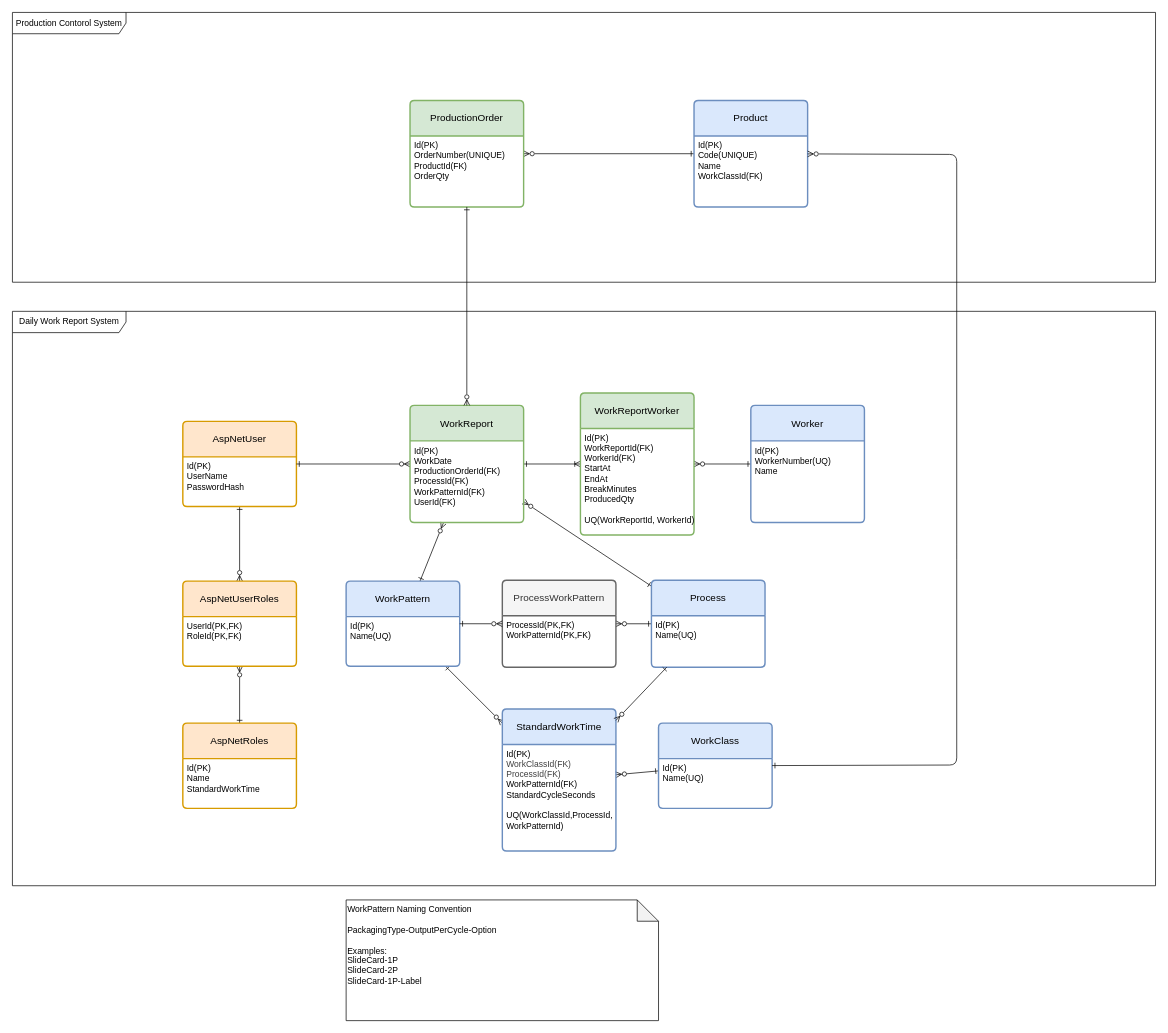
Above: docs/er.drawio in junyatanak/work-report-system (draw.io), before the change. Source tidied: cells renumbered, new cells numbered last; positions are measured from the earlier drawing's top-left corner, leaving out a move shared by most shapes. Both pictures are drawn from the tidied source at 71%, with x=0, y=0 at pixel (12, 12).
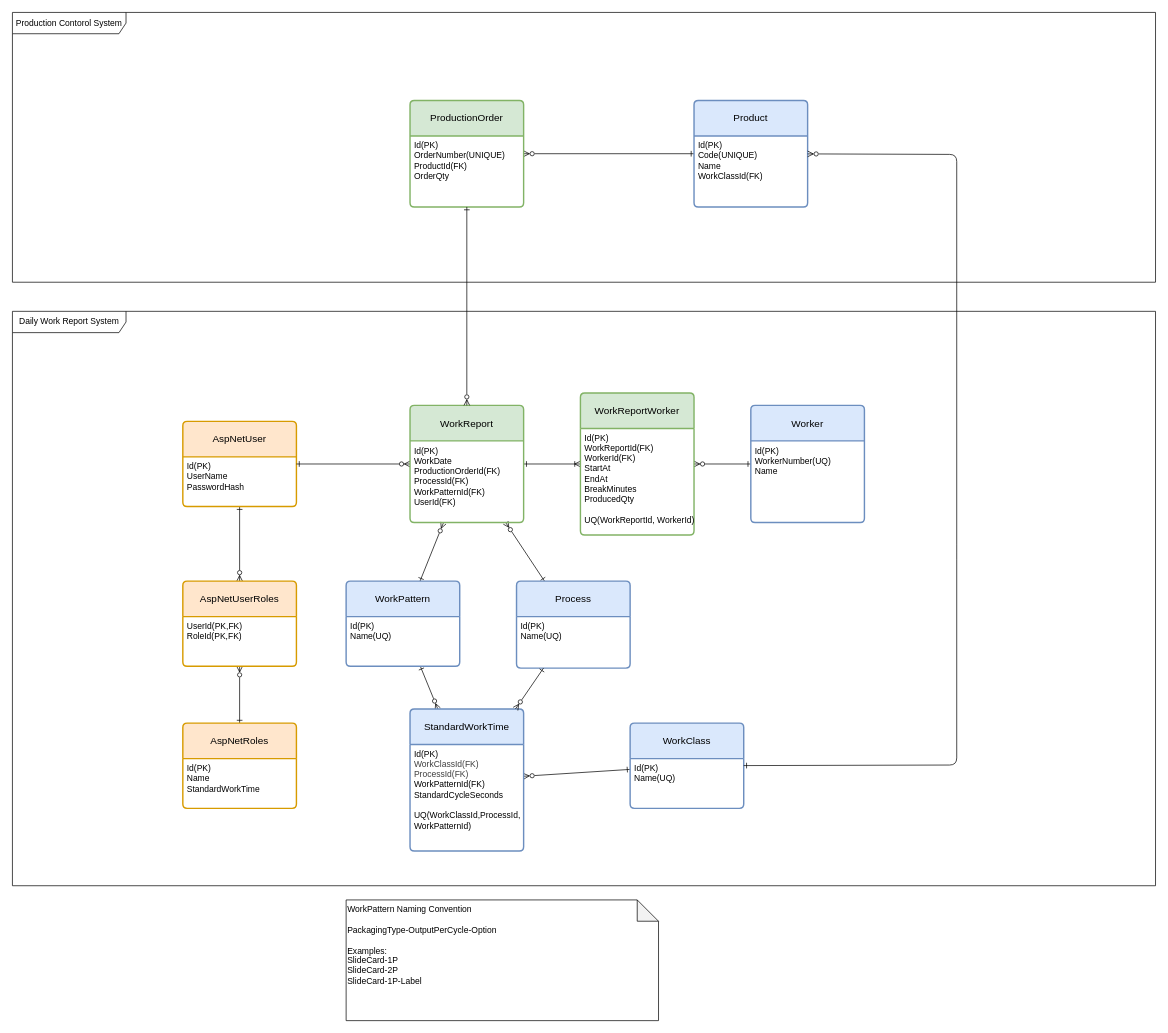
The same page after the edit.

Commit message (it also covers changes not shown here):
Remove ProcessWorkPattern table and make StandardCycleTime nullable

The change refers to these unchanged cells:
```xml
<mxCell id="2" value="Daily Work Report System" style="shape=umlFrame;whiteSpace=wrap;html=1;width=160;" parent="1" vertex="1">
  <mxGeometry y="421" width="1610" height="809" as="geometry" />
</mxCell>
<mxCell id="29" value="WorkPattern" style="swimlane;horizontal=1;startSize=50;rounded=1;fontSize=14;fontStyle=0;strokeWidth=2;shadow=0;dashed=0;align=center;arcSize=4;whiteSpace=wrap;html=1;fillColor=#dae8fc;strokeColor=#6c8ebf;" parent="2" vertex="1">
  <mxGeometry x="470" y="380" width="160" height="120" as="geometry" />
</mxCell>
```

The edit, as a diff of the source:
```diff
@@
-    <mxCell id="23" style="edgeStyle=none;html=1;endArrow=ERzeroToMany;endFill=0;startArrow=ERone;startFill=0;" parent="2" edge="1" source="24" target="31">
-      <mxGeometry relative="1" as="geometry" />
-    </mxCell>
     <mxCell id="24" value="Process" style="swimlane;horizontal=1;startSize=50;rounded=1;fontSize=14;fontStyle=0;strokeWidth=2;shadow=0;dashed=0;align=center;arcSize=4;whiteSpace=wrap;html=1;fillColor=#dae8fc;strokeColor=#6c8ebf;" parent="2" vertex="1">
-      <mxGeometry x="900" y="378.8" width="160" height="122.5" as="geometry" />
+      <mxGeometry x="710" y="380" width="160" height="122.5" as="geometry" />
     </mxCell>
@@
     <mxCell id="27" value="StandardWorkTime" style="swimlane;horizontal=1;startSize=50;rounded=1;fontSize=14;fontStyle=0;strokeWidth=2;shadow=0;dashed=0;align=center;arcSize=4;whiteSpace=wrap;html=1;fillColor=#dae8fc;strokeColor=#6c8ebf;" parent="2" vertex="1">
-      <mxGeometry x="690" y="560" width="160" height="200" as="geometry" />
+      <mxGeometry x="560" y="560" width="160" height="200" as="geometry" />
     </mxCell>
@@
-    <mxCell id="31" value="ProcessWorkPattern" style="swimlane;horizontal=1;startSize=50;rounded=1;fontSize=14;fontStyle=0;strokeWidth=2;shadow=0;dashed=0;align=center;arcSize=4;whiteSpace=wrap;html=1;fillColor=#f5f5f5;fontColor=#333333;strokeColor=#666666;" parent="2" vertex="1">
-      <mxGeometry x="690" y="378.8" width="160" height="122.5" as="geometry" />
-    </mxCell>
-    <mxCell id="32" value="ProcessId(PK,FK)&lt;div&gt;WorkPatternId(PK,FK)&lt;/div&gt;" style="align=left;strokeColor=none;fillColor=none;spacingLeft=4;fontSize=12;verticalAlign=top;html=1;" parent="31" vertex="1">
-      <mxGeometry y="50" width="160" height="72.5" as="geometry" />
-    </mxCell>
-    <mxCell id="33" style="edgeStyle=none;shape=connector;rounded=1;html=1;strokeColor=default;align=center;verticalAlign=middle;fontFamily=Helvetica;fontSize=11;fontColor=default;labelBackgroundColor=default;endArrow=ERzeroToMany;endFill=0;startArrow=ERone;startFill=0;" parent="2" edge="1" source="29" target="31">
-      <mxGeometry relative="1" as="geometry" />
-    </mxCell>
@@
     <mxCell id="35" value="WorkClass" style="swimlane;horizontal=1;startSize=50;rounded=1;fontSize=14;fontStyle=0;strokeWidth=2;shadow=0;dashed=0;align=center;arcSize=4;whiteSpace=wrap;html=1;fillColor=#dae8fc;strokeColor=#6c8ebf;" parent="2" vertex="1">
-      <mxGeometry x="910" y="580" width="160" height="120" as="geometry" />
+      <mxGeometry x="870" y="580" width="160" height="120" as="geometry" />
     </mxCell>
```
